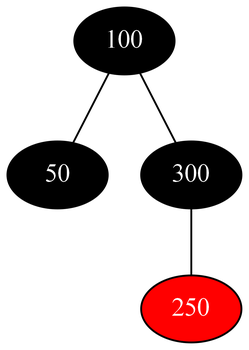
The Graphviz diagram dotFiles/rbtree.dot.png in chronic-underclocking/Data_Structure_Visualizer, before a commit. Its source is kept beside it as dotFiles/rbtree.dot. Source of this version:
```dot
strict graph G {
graph [ dpi = 500 ];
node [style = filled, fontcolor = white];
1 [label = 100, fillcolor = black];
2 [label = 50, fillcolor = black];
3 [label = 300, fillcolor = black];
4 [label = 250, fillcolor = red];
1--2;
1--3;
3--4;
}
```
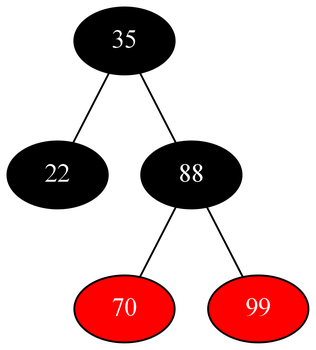
Above is the later version.

Change to the diagram source:
```diff
@@ -1,11 +1,13 @@
 strict graph G {
 graph [ dpi = 500 ];
 node [style = filled, fontcolor = white];
-1 [label = 100, fillcolor = black];
-2 [label = 50, fillcolor = black];
-3 [label = 300, fillcolor = black];
-4 [label = 250, fillcolor = red];
+1 [label = 35, fillcolor = black];
+3 [label = 22, fillcolor = black];
+2 [label = 88, fillcolor = black];
+5 [label = 70, fillcolor = red];
+4 [label = 99, fillcolor = red];
+1--3;
 1--2;
-1--3;
-3--4;
+2--5;
+2--4;
 }
```
